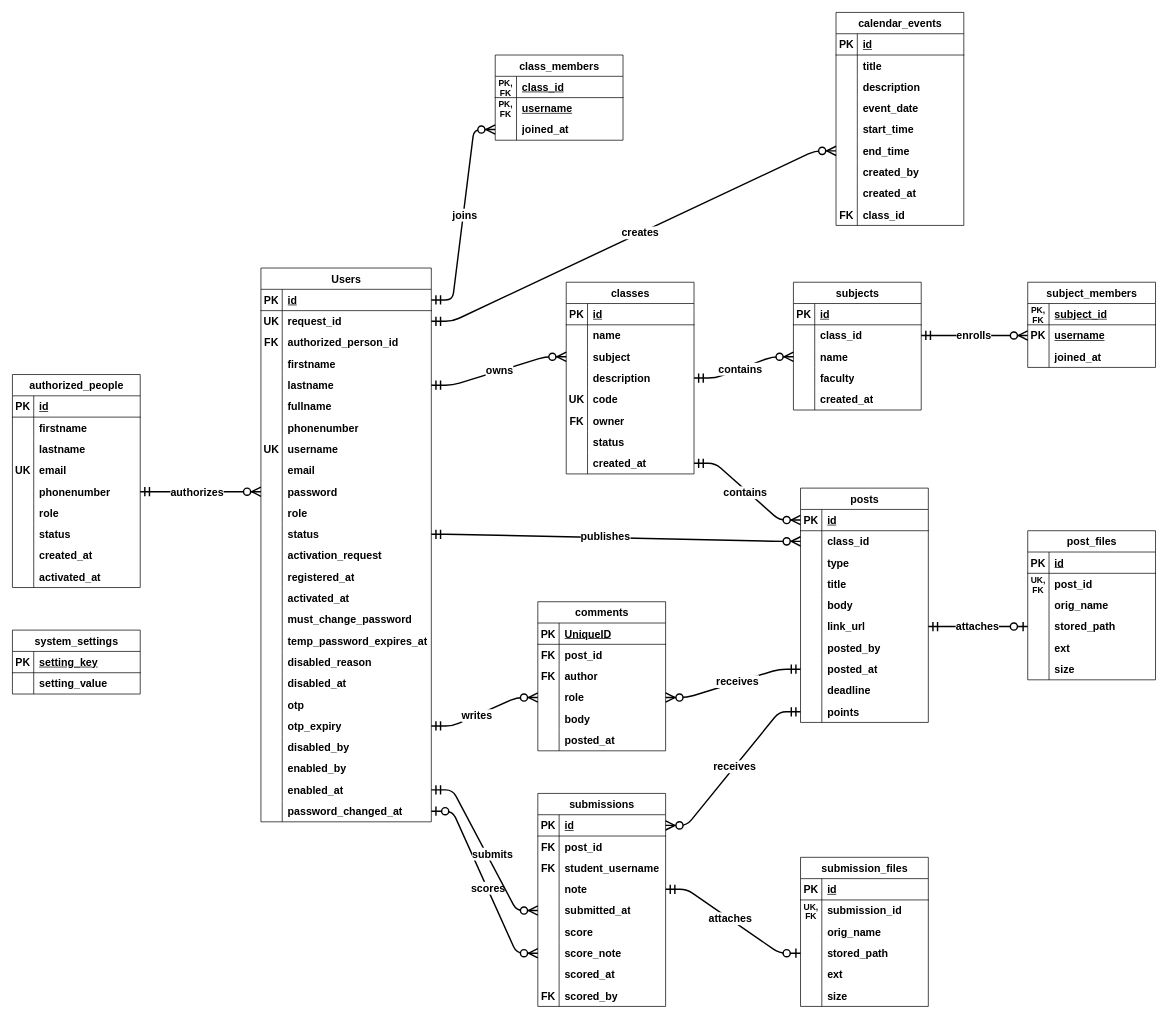
Above: finalized.drawio in RexKvntt/2nd-Year-Projects (draw.io), before the change. Source tidied: cells renumbered, new cells numbered last; positions are measured from the earlier drawing's top-left corner, leaving out a move shared by most shapes. Both pictures are drawn from the tidied source at 71%, with x=0, y=0 at pixel (12, 12).
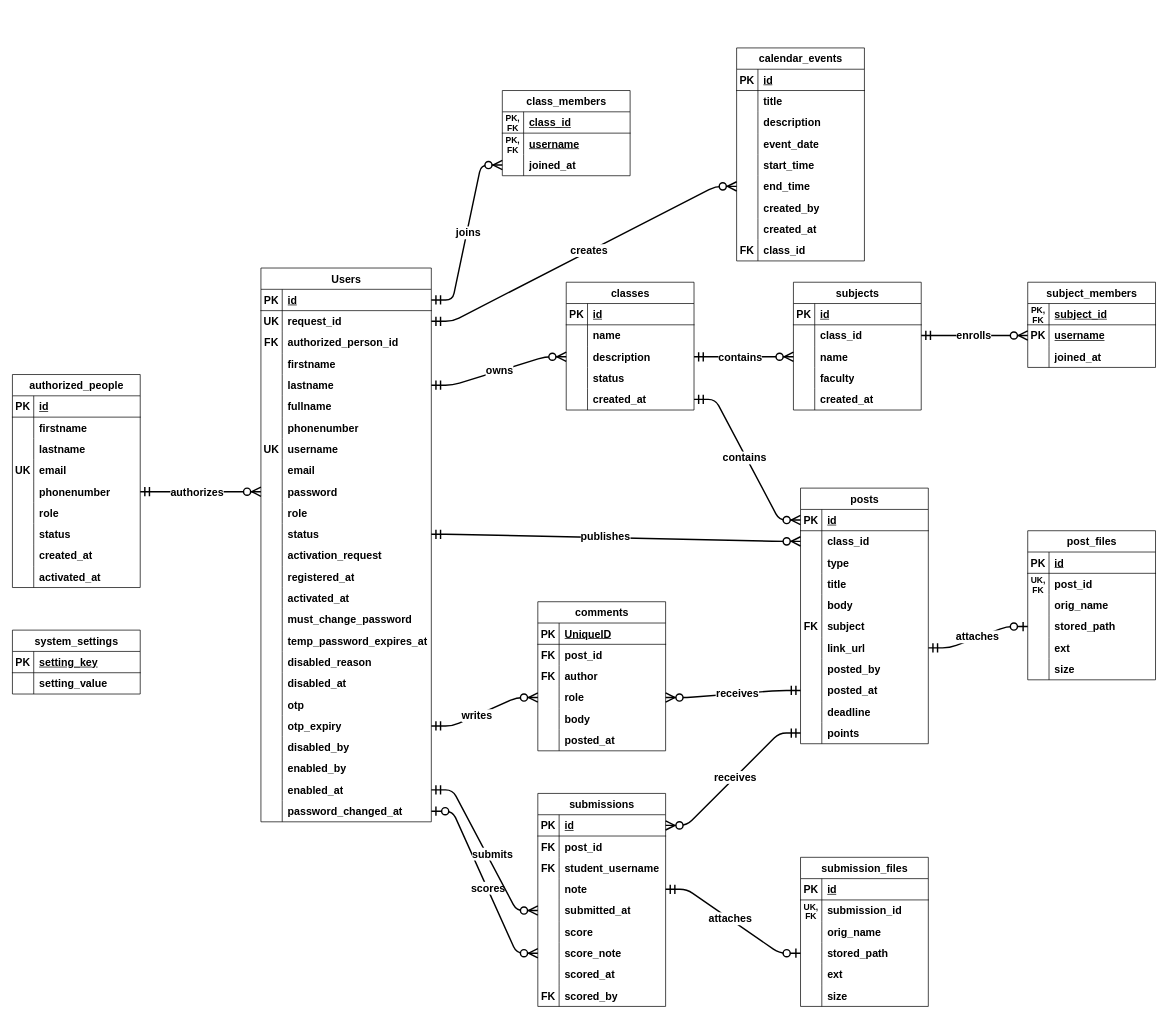
The same diagram, later.

The change refers to these unchanged cells:
```xml
<mxCell id="15" style="shape=tableRow;horizontal=0;startSize=0;swimlaneHead=0;swimlaneBody=0;fillColor=none;points=[[0,0.5],[1,0.5]];portConstraint=eastwest;top=0;left=0;right=0;bottom=0;fontSize=15;fontStyle=1;" parent="2" vertex="1">
  <mxGeometry y="150" width="240" height="30" as="geometry" />
</mxCell>
```

Change to the diagram source:
```diff
@@
     <mxCell id="113" value="classes" style="shape=table;startSize=30;childLayout=tableLayout;rowLines=0;fontStyle=1;align=center;html=1;fontSize=15;" parent="1" vertex="1">
-      <mxGeometry x="780" y="380" width="180" height="270" as="geometry" />
+      <mxGeometry x="780" y="380" width="180" height="180" as="geometry" />
     </mxCell>
@@
-    <mxCell id="120" style="shape=tableRow;horizontal=0;startSize=0;swimlaneHead=0;swimlaneBody=0;fillColor=none;points=[[0,0.5],[1,0.5]];portConstraint=eastwest;top=0;left=0;right=0;bottom=0;fontSize=15;fontStyle=1;" parent="113" vertex="1">
-      <mxGeometry y="90" width="180" height="30" as="geometry" />
-    </mxCell>
-    <mxCell id="121" style="shape=partialRectangle;fillColor=none;top=0;left=0;bottom=0;right=0;overflow=hidden;whiteSpace=wrap;html=1;fontSize=15;fontStyle=1;" parent="120" vertex="1">
-      <mxGeometry width="30" height="30" as="geometry" />
-    </mxCell>
-    <mxCell id="122" value="subject" style="shape=partialRectangle;fillColor=none;top=0;left=0;bottom=0;right=0;align=left;spacingLeft=6;overflow=hidden;whiteSpace=wrap;html=1;fontSize=15;fontStyle=1;" parent="120" vertex="1">
-      <mxGeometry x="30" width="150" height="30" as="geometry" />
-    </mxCell>
     <mxCell id="123" style="shape=tableRow;horizontal=0;startSize=0;swimlaneHead=0;swimlaneBody=0;fillColor=none;points=[[0,0.5],[1,0.5]];portConstraint=eastwest;top=0;left=0;right=0;bottom=0;fontSize=15;fontStyle=1;" parent="113" vertex="1">
-      <mxGeometry y="120" width="180" height="30" as="geometry" />
+      <mxGeometry y="90" width="180" height="30" as="geometry" />
     </mxCell>
@@
-    <mxCell id="126" style="shape=tableRow;horizontal=0;startSize=0;swimlaneHead=0;swimlaneBody=0;fillColor=none;top=0;left=0;right=0;bottom=0;fontSize=15;fontStyle=1;" parent="113" vertex="1">
-      <mxGeometry y="150" width="180" height="30" as="geometry" />
-    </mxCell>
-    <mxCell id="127" value="&lt;span&gt;UK&lt;/span&gt;" style="shape=partialRectangle;fillColor=none;top=0;left=0;bottom=0;right=0;overflow=hidden;whiteSpace=wrap;html=1;fontSize=15;fontStyle=1;" parent="126" vertex="1">
-      <mxGeometry width="30" height="30" as="geometry" />
-    </mxCell>
-    <mxCell id="128" value="code" style="shape=partialRectangle;fillColor=none;top=0;left=0;bottom=0;right=0;align=left;spacingLeft=6;overflow=hidden;whiteSpace=wrap;html=1;fontStyle=1;fontSize=15;" parent="126" vertex="1">
-      <mxGeometry x="30" width="150" height="30" as="geometry" />
-    </mxCell>
-    <mxCell id="129" style="shape=tableRow;horizontal=0;startSize=0;swimlaneHead=0;swimlaneBody=0;fillColor=none;top=0;left=0;right=0;bottom=0;fontSize=15;fontStyle=1;" parent="113" vertex="1">
-      <mxGeometry y="180" width="180" height="30" as="geometry" />
-    </mxCell>
-    <mxCell id="130" value="&lt;span&gt;FK&lt;/span&gt;" style="shape=partialRectangle;fillColor=none;top=0;left=0;bottom=0;right=0;overflow=hidden;whiteSpace=wrap;html=1;fontSize=15;fontStyle=1;" parent="129" vertex="1">
-      <mxGeometry width="30" height="30" as="geometry" />
-    </mxCell>
-    <mxCell id="131" value="owner" style="shape=partialRectangle;fillColor=none;top=0;left=0;bottom=0;right=0;align=left;spacingLeft=6;overflow=hidden;whiteSpace=wrap;html=1;fontStyle=1;fontSize=15;" parent="129" vertex="1">
-      <mxGeometry x="30" width="150" height="30" as="geometry" />
-    </mxCell>
     <mxCell id="132" style="shape=tableRow;horizontal=0;startSize=0;swimlaneHead=0;swimlaneBody=0;fillColor=none;top=0;left=0;right=0;bottom=0;fontSize=15;fontStyle=1;" parent="113" vertex="1">
-      <mxGeometry y="210" width="180" height="30" as="geometry" />
+      <mxGeometry y="120" width="180" height="30" as="geometry" />
     </mxCell>
@@
     <mxCell id="135" style="shape=tableRow;horizontal=0;startSize=0;swimlaneHead=0;swimlaneBody=0;fillColor=none;points=[[0,0.5],[1,0.5]];portConstraint=eastwest;top=0;left=0;right=0;bottom=0;fontSize=15;fontStyle=1;" parent="113" vertex="1">
-      <mxGeometry y="240" width="180" height="30" as="geometry" />
+      <mxGeometry y="150" width="180" height="30" as="geometry" />
     </mxCell>
@@
     <mxCell id="138" value="calendar_events" style="shape=table;startSize=30;childLayout=tableLayout;rowLines=0;fontStyle=1;align=center;html=1;fontSize=15;" parent="1" vertex="1">
-      <mxGeometry x="1160" width="180" height="300" as="geometry" />
+      <mxGeometry x="1020" y="50" width="180" height="300" as="geometry" />
     </mxCell>
@@
     <mxCell id="166" value="class_members" style="shape=table;startSize=30;childLayout=tableLayout;rowLines=0;fontStyle=1;align=center;html=1;fontSize=15;" parent="1" vertex="1">
-      <mxGeometry x="680" y="60" width="180" height="120" as="geometry" />
+      <mxGeometry x="690" y="110" width="180" height="120" as="geometry" />
     </mxCell>
@@
     <mxCell id="202" value="posts" style="shape=table;startSize=30;childLayout=tableLayout;rowLines=0;fontStyle=1;align=center;html=1;fontSize=15;" parent="1" vertex="1">
-      <mxGeometry x="1110" y="670" width="180" height="330" as="geometry" />
+      <mxGeometry x="1110" y="670" width="180" height="360" as="geometry" />
     </mxCell>
@@
+    <mxCell id="129" style="shape=tableRow;horizontal=0;startSize=0;swimlaneHead=0;swimlaneBody=0;fillColor=none;top=0;left=0;right=0;bottom=0;fontSize=15;fontStyle=1;" parent="202" vertex="1">
+      <mxGeometry y="180" width="180" height="30" as="geometry" />
+    </mxCell>
+    <mxCell id="130" value="FK" style="shape=partialRectangle;fillColor=none;top=0;left=0;bottom=0;right=0;overflow=hidden;whiteSpace=wrap;html=1;fontSize=15;fontStyle=1;" parent="129" vertex="1">
+      <mxGeometry width="30" height="30" as="geometry" />
+    </mxCell>
+    <mxCell id="122" value="subject" style="shape=partialRectangle;fillColor=none;top=0;left=0;bottom=0;right=0;align=left;spacingLeft=6;overflow=hidden;whiteSpace=wrap;html=1;fontSize=15;fontStyle=1;" parent="129" vertex="1">
+      <mxGeometry x="30" width="150" height="30" as="geometry" />
+    </mxCell>
     <mxCell id="218" style="shape=tableRow;horizontal=0;startSize=0;swimlaneHead=0;swimlaneBody=0;fillColor=none;points=[[0,0.5],[1,0.5]];portConstraint=eastwest;top=0;left=0;right=0;bottom=0;fontSize=15;fontStyle=1;" parent="202" vertex="1">
-      <mxGeometry y="180" width="180" height="30" as="geometry" />
+      <mxGeometry y="210" width="180" height="30" as="geometry" />
     </mxCell>
@@
     <mxCell id="221" style="shape=tableRow;horizontal=0;startSize=0;swimlaneHead=0;swimlaneBody=0;fillColor=none;top=0;left=0;right=0;bottom=0;fontSize=15;fontStyle=1;" parent="202" vertex="1">
-      <mxGeometry y="210" width="180" height="30" as="geometry" />
+      <mxGeometry y="240" width="180" height="30" as="geometry" />
     </mxCell>
@@
     <mxCell id="224" style="shape=tableRow;horizontal=0;startSize=0;swimlaneHead=0;swimlaneBody=0;fillColor=none;points=[[0,0.5],[1,0.5]];portConstraint=eastwest;top=0;left=0;right=0;bottom=0;fontSize=15;fontStyle=1;" parent="202" vertex="1">
-      <mxGeometry y="240" width="180" height="30" as="geometry" />
+      <mxGeometry y="270" width="180" height="30" as="geometry" />
     </mxCell>
@@
     <mxCell id="227" style="shape=tableRow;horizontal=0;startSize=0;swimlaneHead=0;swimlaneBody=0;fillColor=none;top=0;left=0;right=0;bottom=0;fontSize=15;fontStyle=1;" parent="202" vertex="1">
-      <mxGeometry y="270" width="180" height="30" as="geometry" />
+      <mxGeometry y="300" width="180" height="30" as="geometry" />
     </mxCell>
@@
     <mxCell id="230" style="shape=tableRow;horizontal=0;startSize=0;swimlaneHead=0;swimlaneBody=0;fillColor=none;points=[[0,0.5],[1,0.5]];portConstraint=eastwest;top=0;left=0;right=0;bottom=0;fontSize=15;fontStyle=1;" parent="202" vertex="1">
-      <mxGeometry y="300" width="180" height="30" as="geometry" />
+      <mxGeometry y="330" width="180" height="30" as="geometry" />
     </mxCell>
@@
-    <mxCell id="320" style="edgeStyle=entityRelationEdgeStyle;fontSize=15;html=1;endArrow=ERzeroToMany;startArrow=ERmandOne;rounded=1;exitX=1;exitY=0.5;exitDx=0;exitDy=0;entryX=0;entryY=0.5;entryDx=0;entryDy=0;startSize=10;endSize=10;strokeWidth=2;curved=0;fontStyle=1;" parent="1" edge="1" source="15" target="120">
-      <mxGeometry relative="1" as="geometry" />
+    <mxCell id="320" style="edgeStyle=entityRelationEdgeStyle;fontSize=15;html=1;endArrow=ERzeroToMany;startArrow=ERmandOne;rounded=1;exitX=1;exitY=0.5;exitDx=0;exitDy=0;entryX=0;entryY=0.5;entryDx=0;entryDy=0;startSize=10;endSize=10;strokeWidth=2;curved=0;fontStyle=1;" parent="1" edge="1" source="15">
+      <mxGeometry relative="1" as="geometry">
+        <mxPoint x="780" y="485" as="targetPoint" />
+      </mxGeometry>
     </mxCell>
```
